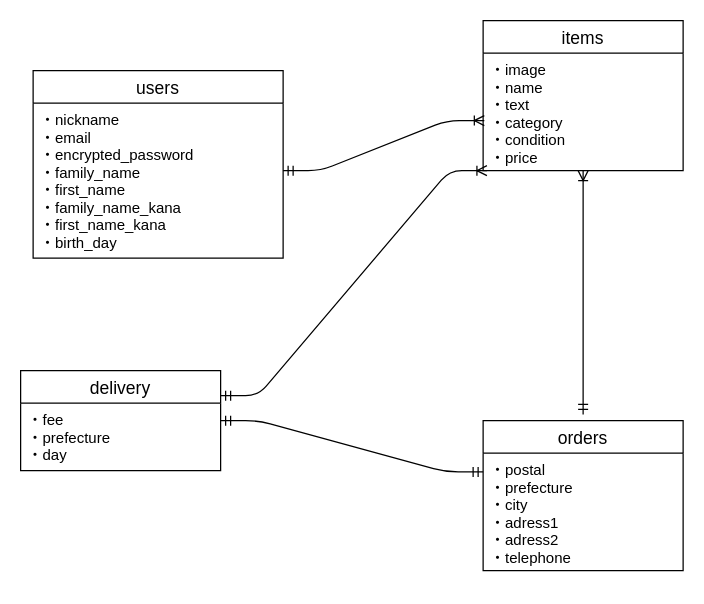
Above: ER.dio in nikan006/furima-36901 (draw.io), before the change. Source tidied: cells renumbered, new cells numbered last; positions are measured from the earlier drawing's top-left corner, leaving out a move shared by most shapes. Both pictures are drawn from the tidied source at 125%, with x=0, y=0 at pixel (20, 20).
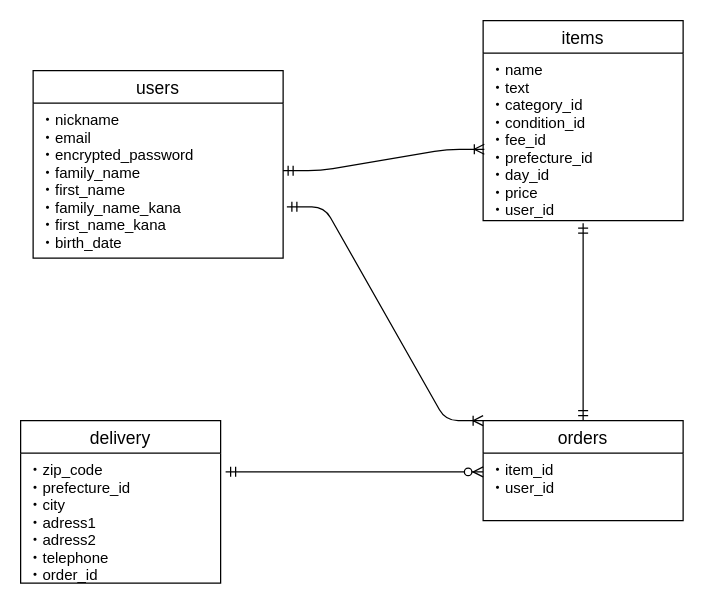
The same page after the edit.

Change to the diagram source:
```diff
@@
 <mxGraphModel>
   <root>
     <mxCell id="0" />
     <mxCell id="1" parent="0" />
     <mxCell id="2" value="users" style="swimlane;fontStyle=0;horizontal=1;startSize=26;align=center;fontSize=14;rounded=0;" parent="1" vertex="1">
       <mxGeometry x="10" y="40" width="200" height="150" as="geometry" />
     </mxCell>
-    <mxCell id="3" value="・nickname&#10;・email&#10;・encrypted_password&#10;・family_name&#10;・first_name&#10;・family_name_kana&#10;・first_name_kana&#10;・birth_day&#10;" style="text;strokeColor=none;fillColor=none;spacingLeft=4;spacingRight=4;overflow=hidden;points=[[0,0.5],[1,0.5]];portConstraint=eastwest;fontSize=12;" parent="2" vertex="1">
+    <mxCell id="3" value="・nickname&#10;・email&#10;・encrypted_password&#10;・family_name&#10;・first_name&#10;・family_name_kana&#10;・first_name_kana&#10;・birth_date&#10;" style="text;strokeColor=none;fillColor=none;spacingLeft=4;spacingRight=4;overflow=hidden;points=[[0,0.5],[1,0.5]];portConstraint=eastwest;fontSize=12;" parent="2" vertex="1">
       <mxGeometry y="26" width="200" height="124" as="geometry" />
     </mxCell>
     <mxCell id="4" value="items" style="swimlane;fontStyle=0;horizontal=1;startSize=26;align=center;fontSize=14;rounded=0;" parent="1" vertex="1">
-      <mxGeometry x="370" width="160" height="120" as="geometry" />
+      <mxGeometry x="370" width="160" height="160" as="geometry" />
     </mxCell>
-    <mxCell id="5" value="・image&#10;・name&#10;・text&#10;・category&#10;・condition&#10;・price" style="text;strokeColor=none;fillColor=none;spacingLeft=4;spacingRight=4;overflow=hidden;points=[[0,0.5],[1,0.5]];portConstraint=eastwest;fontSize=12;" parent="4" vertex="1">
-      <mxGeometry y="26" width="160" height="94" as="geometry" />
+    <mxCell id="5" value="・name&#10;・text&#10;・category_id&#10;・condition_id&#10;・fee_id&#10;・prefecture_id&#10;・day_id&#10;・price&#10;・user_id" style="text;strokeColor=none;fillColor=none;spacingLeft=4;spacingRight=4;overflow=hidden;points=[[0,0.5],[1,0.5]];portConstraint=eastwest;fontSize=12;" parent="4" vertex="1">
+      <mxGeometry y="26" width="160" height="134" as="geometry" />
     </mxCell>
     <mxCell id="6" style="edgeStyle=entityRelationEdgeStyle;fontSize=12;html=1;endArrow=ERoneToMany;startArrow=ERmandOne;entryX=0.006;entryY=0.574;entryDx=0;entryDy=0;entryPerimeter=0;" parent="1" edge="1" target="5">
       <mxGeometry relative="1" as="geometry">
         <mxPoint x="210" y="120" as="sourcePoint" />
       </mxGeometry>
     </mxCell>
     <mxCell id="7" value="orders" style="swimlane;fontStyle=0;horizontal=1;startSize=26;align=center;fontSize=14;rounded=0;" parent="1" vertex="1">
-      <mxGeometry x="370" y="320" width="160" height="120" as="geometry" />
+      <mxGeometry x="370" y="320" width="160" height="80" as="geometry" />
     </mxCell>
-    <mxCell id="8" value="・postal&#10;・prefecture&#10;・city&#10;・adress1&#10;・adress2&#10;・telephone" style="text;strokeColor=none;fillColor=none;spacingLeft=4;spacingRight=4;overflow=hidden;points=[[0,0.5],[1,0.5]];portConstraint=eastwest;fontSize=12;" parent="7" vertex="1">
-      <mxGeometry y="26" width="160" height="94" as="geometry" />
+    <mxCell id="8" value="・item_id&#10;・user_id" style="text;strokeColor=none;fillColor=none;spacingLeft=4;spacingRight=4;overflow=hidden;points=[[0,0.5],[1,0.5]];portConstraint=eastwest;fontSize=12;" parent="7" vertex="1">
+      <mxGeometry y="26" width="160" height="54" as="geometry" />
     </mxCell>
-    <mxCell id="9" style="fontSize=12;html=1;endArrow=ERoneToMany;startArrow=ERmandOne;entryX=0.5;entryY=1;entryDx=0;entryDy=0;entryPerimeter=0;" parent="1" edge="1" target="5">
-      <mxGeometry relative="1" as="geometry">
-        <mxPoint x="450" y="315" as="sourcePoint" />
-      </mxGeometry>
-    </mxCell>
     <mxCell id="10" value="delivery" style="swimlane;fontStyle=0;horizontal=1;startSize=26;align=center;fontSize=14;rounded=0;" parent="1" vertex="1">
-      <mxGeometry y="280" width="160" height="80" as="geometry" />
+      <mxGeometry y="320" width="160" height="130" as="geometry" />
     </mxCell>
-    <mxCell id="11" value="・fee&#10;・prefecture&#10;・day" style="text;strokeColor=none;fillColor=none;spacingLeft=4;spacingRight=4;overflow=hidden;points=[[0,0.5],[1,0.5]];portConstraint=eastwest;fontSize=12;" parent="10" vertex="1">
-      <mxGeometry y="26" width="160" height="54" as="geometry" />
+    <mxCell id="11" value="・zip_code&#10;・prefecture_id&#10;・city&#10;・adress1&#10;・adress2&#10;・telephone&#10;・order_id" style="text;strokeColor=none;fillColor=none;spacingLeft=4;spacingRight=4;overflow=hidden;points=[[0,0.5],[1,0.5]];portConstraint=eastwest;fontSize=12;" parent="10" vertex="1">
+      <mxGeometry y="26" width="160" height="104" as="geometry" />
     </mxCell>
-    <mxCell id="12" style="edgeStyle=entityRelationEdgeStyle;fontSize=12;html=1;endArrow=ERoneToMany;startArrow=ERmandOne;entryX=0.019;entryY=1;entryDx=0;entryDy=0;entryPerimeter=0;" parent="1" edge="1" target="5">
-      <mxGeometry relative="1" as="geometry">
-        <mxPoint x="160" y="300" as="sourcePoint" />
-      </mxGeometry>
-    </mxCell>
-    <mxCell id="13" style="edgeStyle=entityRelationEdgeStyle;fontSize=12;html=1;endArrow=ERmandOne;startArrow=ERmandOne;entryX=0;entryY=0.5;entryDx=0;entryDy=0;" parent="1" edge="1">
-      <mxGeometry relative="1" as="geometry">
-        <mxPoint x="160" y="320" as="sourcePoint" />
-        <mxPoint x="370" y="361" as="targetPoint" />
-      </mxGeometry>
-    </mxCell>
+    <mxCell id="14" style="edgeStyle=entityRelationEdgeStyle;fontSize=12;html=1;endArrow=ERoneToMany;startArrow=ERmandOne;entryX=0;entryY=0;entryDx=0;entryDy=0;exitX=1.015;exitY=0.669;exitDx=0;exitDy=0;exitPerimeter=0;" parent="1" edge="1" source="3" target="7">
+      <mxGeometry relative="1" as="geometry" />
+    </mxCell>
+    <mxCell id="15" style="fontSize=12;html=1;endArrow=ERmandOne;startArrow=ERmandOne;entryX=0.5;entryY=1.015;entryDx=0;entryDy=0;entryPerimeter=0;exitX=0.5;exitY=0;exitDx=0;exitDy=0;" parent="1" edge="1" source="7" target="5">
+      <mxGeometry relative="1" as="geometry" />
+    </mxCell>
+    <mxCell id="16" style="fontSize=12;html=1;endArrow=ERzeroToMany;startArrow=ERmandOne;exitX=1.025;exitY=0.144;exitDx=0;exitDy=0;exitPerimeter=0;entryX=0;entryY=0.278;entryDx=0;entryDy=0;entryPerimeter=0;" parent="1" edge="1" source="11" target="8">
+      <mxGeometry relative="1" as="geometry" />
+    </mxCell>
   </root>
 </mxGraphModel>
```
